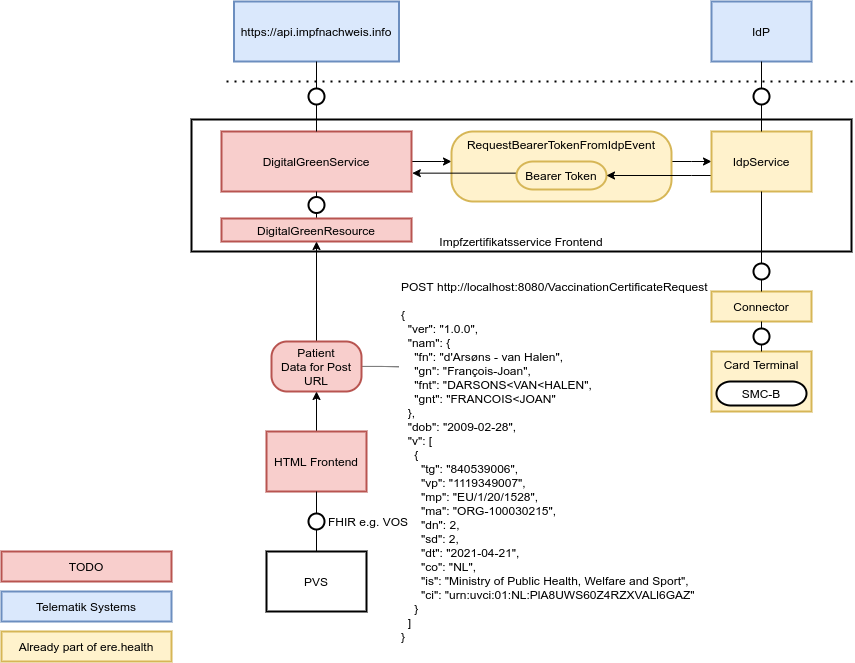
Before: img/overview.png, a diagram exported from draw.io (ere-health/covid-19-green-certificate). Source tidied: cells renumbered, new cells last; positions are measured from the earlier drawing's top-left corner, leaving out a move shared by most shapes.
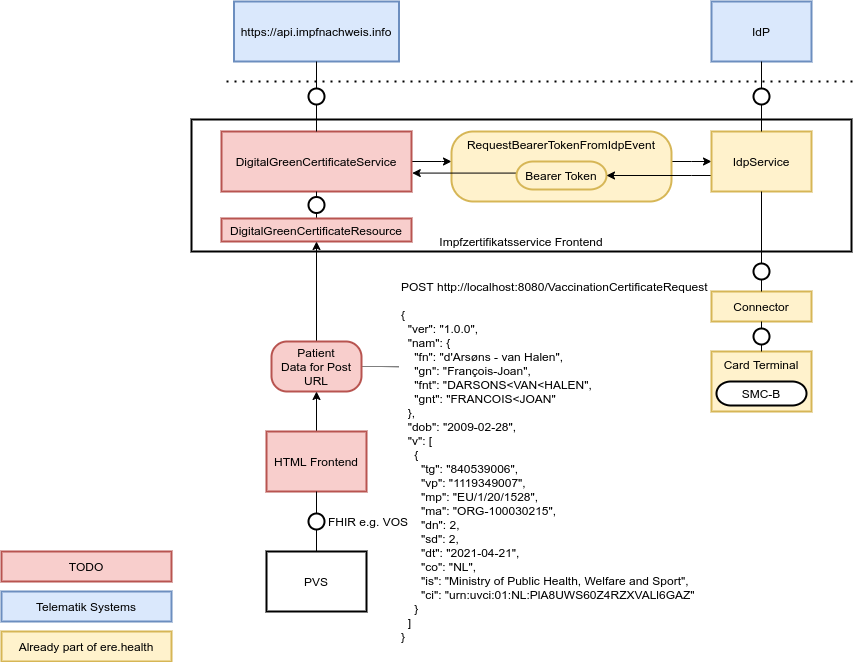
After the change.

The edit, as a diff of the source:
```diff
@@ -13,13 +13,13 @@
         </Array>
       </mxGeometry>
     </mxCell>
-    <mxCell id="4" value="DigitalGreenService" style="shape=agent;offsetSize=8;strokeWidth=2;fillColor=#f8cecc;strokeColor=#b85450;" parent="1" vertex="1">
+    <mxCell id="4" value="DigitalGreenCertificateService" style="shape=agent;offsetSize=8;strokeWidth=2;fillColor=#f8cecc;strokeColor=#b85450;" parent="1" vertex="1">
       <mxGeometry x="220" y="130" width="190" height="60" as="geometry" />
     </mxCell>
     <mxCell id="5" style="shape=useedge;vertical=true;endArrow=none;useSignPosition=left;useSignDirection=none;entryX=0.5;entryY=1;entryDx=0;entryDy=0;exitX=0.5;exitY=0;exitDx=0;exitDy=0;" parent="1" edge="1" source="6" target="4">
       <mxGeometry relative="1" as="geometry" />
     </mxCell>
-    <mxCell id="6" value="DigitalGreenResource" style="shape=agent;offsetSize=8;strokeWidth=2;fillColor=#f8cecc;strokeColor=#b85450;" parent="1" vertex="1">
+    <mxCell id="6" value="DigitalGreenCertificateResource" style="shape=agent;offsetSize=8;strokeWidth=2;fillColor=#f8cecc;strokeColor=#b85450;" parent="1" vertex="1">
       <mxGeometry x="220" y="217" width="190" height="23" as="geometry" />
     </mxCell>
     <mxCell id="7" style="edgeStyle=orthogonalEdgeStyle;rounded=0;jettySize=auto;html=1;" parent="1" edge="1" source="9" target="6">
```
